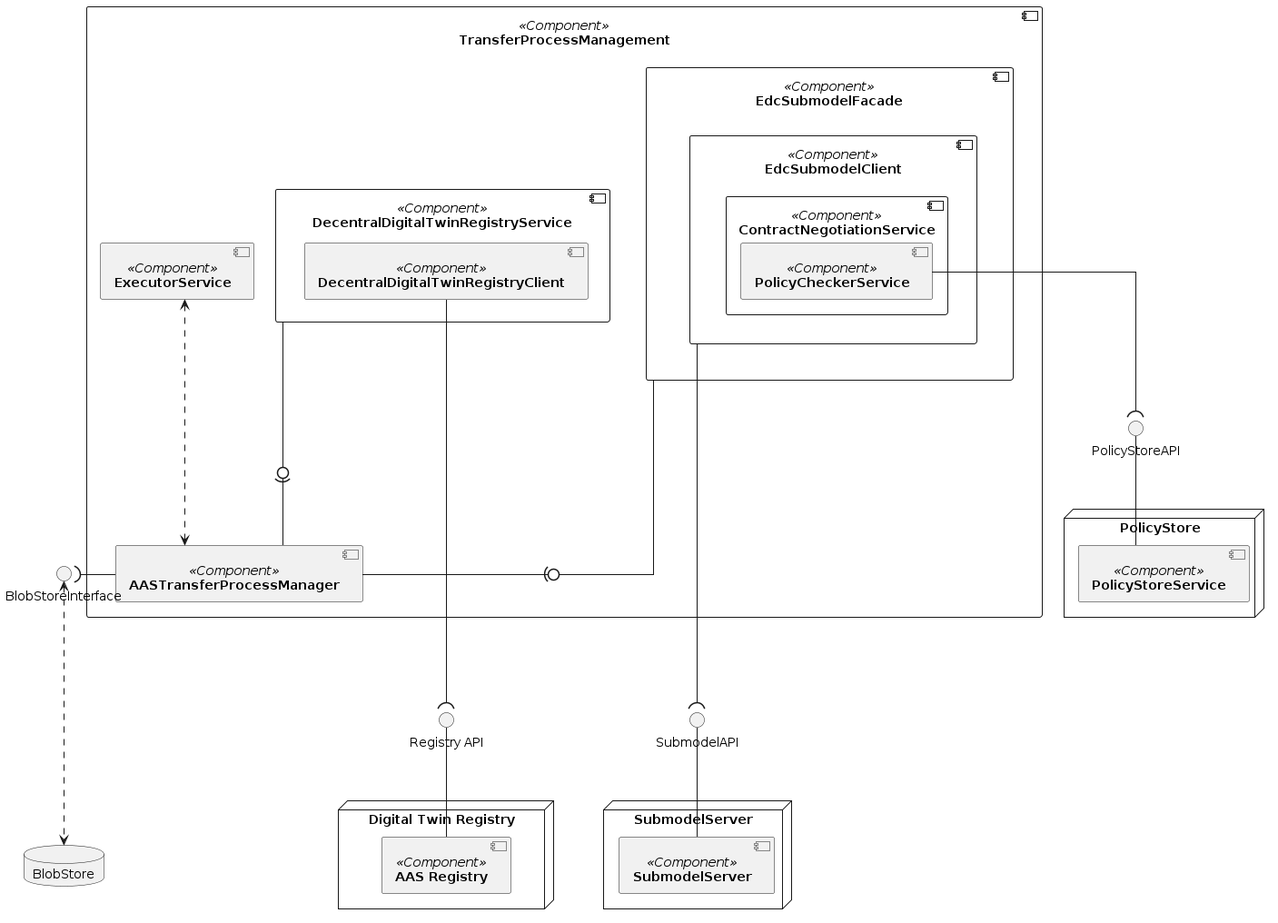
Earlier version of the PlantUML export docs/assets/arc42/arc42_006.png (eclipse-tractusx/item-relationship-service). Its diagram source:
```plantuml
@startuml
skinparam monochrome true
skinparam shadowing false
skinparam nodesep 10
skinparam ranksep 100
skinparam linetype ortho
skinparam defaultFontName "Architects daughter"


component [**TransferProcessManagement**] <<Component>> as TransferProcessManagement {
    component [**AASTransferProcessManager**] <<Component>> as TransferProcessManager
    component [**DecentralDigitalTwinRegistryService**] <<Component>> as DTRService {
        component [**DecentralDigitalTwinRegistryClient**] <<Component>> as DTRClient
    }
    component [**EdcSubmodelFacade**] <<Component>> as SubmodelFacade {
        component [**EdcSubmodelClient**] <<Component>> as SubmodelClient {
            component [**ContractNegotiationService**]  <<Component>> as ContractNegotiationService {
                [**PolicyCheckerService**] <<Component>> as PolicyCheckerService
            }
        }
    }
    component [**ExecutorService**] <<Component>> as ExecutorService
}

node PolicyStore {
    [**PolicyStoreService**] <<Component>> as PolicyStoreService
}

node "Digital Twin Registry" {
    [**AAS Registry**] <<Component>> as AASR
}

node "SubmodelServer" {
    [**SubmodelServer**] <<Component>> as SMS
}

DTRService --0)- TransferProcessManager
SubmodelFacade --0)- TransferProcessManager
ExecutorService <...> TransferProcessManager

interface "Registry API" as RegAPI
RegAPI -- AASR
DTRClient ----( RegAPI


interface "SubmodelAPI" as SMSAPI
SMSAPI -- SMS
SubmodelClient ----( SMSAPI
interface "PolicyStoreAPI" as PolicyStoreAPI
PolicyCheckerService --(  PolicyStoreAPI
PolicyStoreAPI -- PolicyStoreService

database BlobStore
TransferProcessManager -left-( BlobStoreInterface
BlobStoreInterface <...> BlobStore
@enduml
```
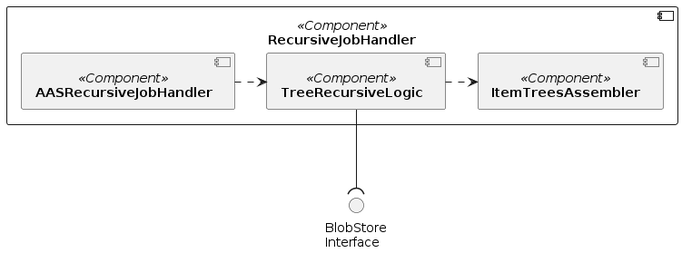
After the commit.

What changed in the source:
```diff
@@ -1,56 +1,18 @@
 @startuml
 skinparam monochrome true
 skinparam shadowing false
-skinparam nodesep 10
-skinparam ranksep 100
 skinparam linetype ortho
 skinparam defaultFontName "Architects daughter"
 
+ component [**RecursiveJobHandler**] <<Component>> as RecursiveJobHandler {
+    component [**AASRecursiveJobHandler**] <<Component>> as AASRecursiveJobHandler
+    component [**TreeRecursiveLogic**] <<Component>> as TreeRecursiveLogic
+    component [**ItemTreesAssembler**] <<Component>> as ItemTreesAssembler
 
-component [**TransferProcessManagement**] <<Component>> as TransferProcessManagement {
-    component [**AASTransferProcessManager**] <<Component>> as TransferProcessManager
-    component [**DecentralDigitalTwinRegistryService**] <<Component>> as DTRService {
-        component [**DecentralDigitalTwinRegistryClient**] <<Component>> as DTRClient
-    }
-    component [**EdcSubmodelFacade**] <<Component>> as SubmodelFacade {
-        component [**EdcSubmodelClient**] <<Component>> as SubmodelClient {
-            component [**ContractNegotiationService**]  <<Component>> as ContractNegotiationService {
-                [**PolicyCheckerService**] <<Component>> as PolicyCheckerService
-            }
-        }
-    }
-    component [**ExecutorService**] <<Component>> as ExecutorService
-}
+ }
 
-node PolicyStore {
-    [**PolicyStoreService**] <<Component>> as PolicyStoreService
-}
-
-node "Digital Twin Registry" {
-    [**AAS Registry**] <<Component>> as AASR
-}
-
-node "SubmodelServer" {
-    [**SubmodelServer**] <<Component>> as SMS
-}
-
-DTRService --0)- TransferProcessManager
-SubmodelFacade --0)- TransferProcessManager
-ExecutorService <...> TransferProcessManager
-
-interface "Registry API" as RegAPI
-RegAPI -- AASR
-DTRClient ----( RegAPI
-
-
-interface "SubmodelAPI" as SMSAPI
-SMSAPI -- SMS
-SubmodelClient ----( SMSAPI
-interface "PolicyStoreAPI" as PolicyStoreAPI
-PolicyCheckerService --(  PolicyStoreAPI
-PolicyStoreAPI -- PolicyStoreService
-
-database BlobStore
-TransferProcessManager -left-( BlobStoreInterface
-BlobStoreInterface <...> BlobStore
+() "BlobStore\nInterface" as StoreInterface
+AASRecursiveJobHandler .> TreeRecursiveLogic
+TreeRecursiveLogic .> ItemTreesAssembler
+TreeRecursiveLogic --( StoreInterface
 @enduml
```
